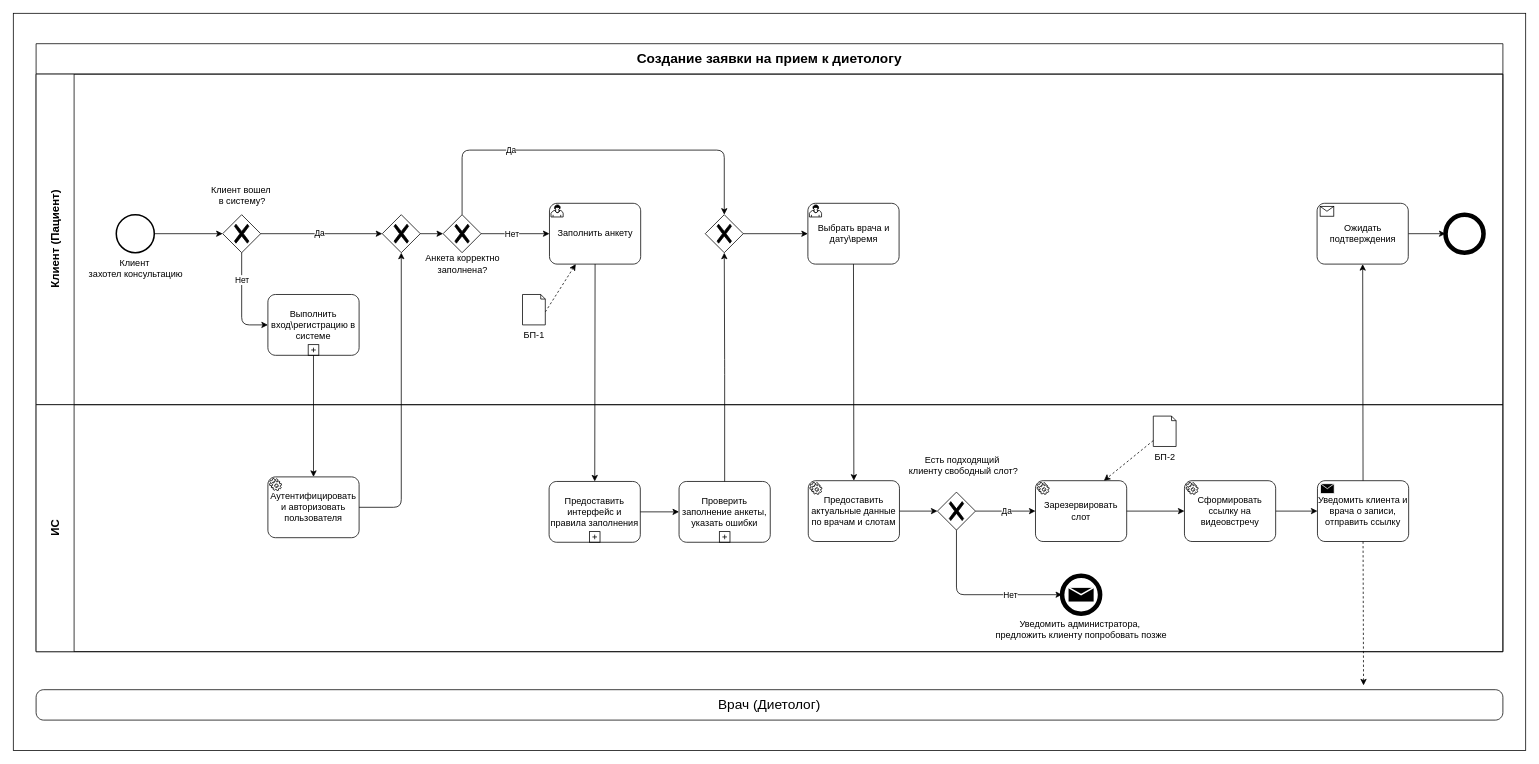
The draw.io diagram page "Процесс 1" (1 of 3) of Рабочие примеры артефактов/Бизнес-процессы BPMN/Создание заявки на прием к диетологу.drawio in Heritager-tech/Public_data, before the edit. Source tidied: cells renumbered, new cells numbered last; positions are measured from the earlier drawing's top-left corner, leaving out a move shared by most shapes. Both pictures are drawn from the tidied source at 76%, with x=0, y=0 at pixel (13, 13).
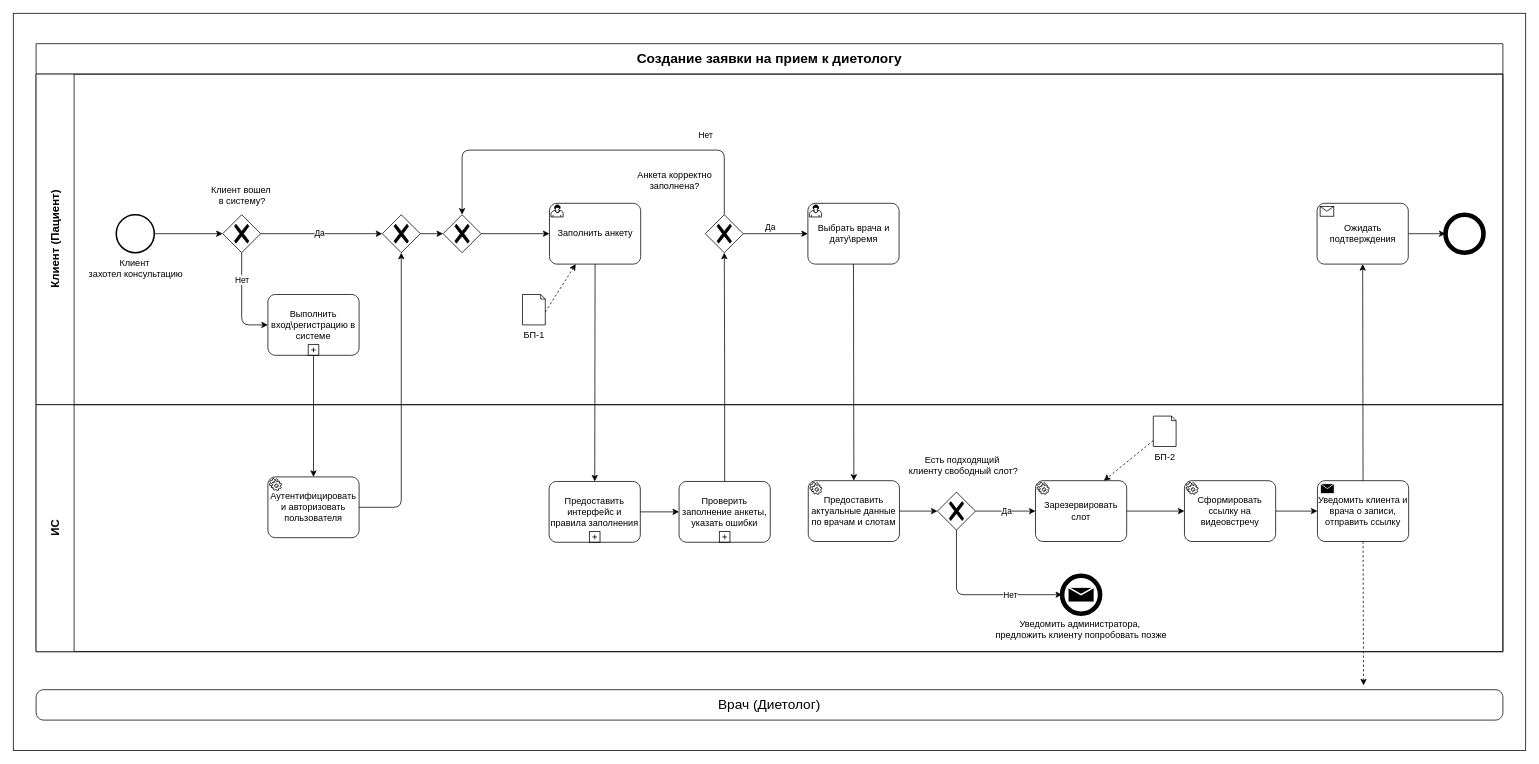
The same diagram, later.

The change refers to these unchanged cells:
```xml
<mxCell id="4" value="&lt;span style=&quot;font-size: 15px;&quot;&gt;Клиент (Пациент)&lt;/span&gt;" style="swimlane;html=1;startSize=50;horizontal=0;" parent="3" vertex="1">
  <mxGeometry y="40" width="1930" height="435" as="geometry" />
</mxCell>
<mxCell id="17" style="points=[[0.25,0.25,0],[0.5,0,0],[0.75,0.25,0],[1,0.5,0],[0.75,0.75,0],[0.5,1,0],[0.25,0.75,0],[0,0.5,0]];shape=mxgraph.bpmn.gateway2;html=1;verticalLabelPosition=bottom;labelBackgroundColor=#ffffff;verticalAlign=top;align=center;perimeter=rhombusPerimeter;outlineConnect=0;outline=none;symbol=none;gwType=exclusive;" parent="4" vertex="1">
  <mxGeometry x="535.5" y="185" width="50" height="50" as="geometry" />
</mxCell>
<mxCell id="24" style="points=[[0.25,0.25,0],[0.5,0,0],[0.75,0.25,0],[1,0.5,0],[0.75,0.75,0],[0.5,1,0],[0.25,0.75,0],[0,0.5,0]];shape=mxgraph.bpmn.gateway2;html=1;verticalLabelPosition=bottom;labelBackgroundColor=#ffffff;verticalAlign=top;align=center;perimeter=rhombusPerimeter;outlineConnect=0;outline=none;symbol=none;gwType=exclusive;" parent="4" vertex="1">
  <mxGeometry x="880.5" y="185" width="50" height="50" as="geometry" />
</mxCell>
```

Diff of the diagram source:
```diff
@@
     <mxCell id="5" value="Анкета корректно&lt;div&gt;заполнена?&lt;/div&gt;" style="text;html=1;align=center;verticalAlign=middle;strokeColor=none;fillColor=none;" parent="4" vertex="1">
-      <mxGeometry x="500.5" y="230" width="120" height="40" as="geometry" />
+      <mxGeometry x="780" y="120" width="120" height="40" as="geometry" />
     </mxCell>
@@
-    <mxCell id="9" style="edgeStyle=orthogonalEdgeStyle;html=1;exitX=0.5;exitY=0;exitDx=0;exitDy=0;exitPerimeter=0;entryX=0.5;entryY=0;entryDx=0;entryDy=0;entryPerimeter=0;" parent="4" edge="1" source="17" target="24">
+    <mxCell id="9" style="edgeStyle=orthogonalEdgeStyle;html=1;exitX=0.5;exitY=0;exitDx=0;exitDy=0;exitPerimeter=0;entryX=0.5;entryY=0;entryDx=0;entryDy=0;entryPerimeter=0;startArrow=classic;startFill=1;endArrow=none;endFill=0;" parent="4" edge="1" source="17" target="24">
       <mxGeometry relative="1" as="geometry">
         <Array as="points">
           <mxPoint x="560.5" y="100" />
           <mxPoint x="905.5" y="100" />
         </Array>
       </mxGeometry>
     </mxCell>
     <mxCell id="10" value="Да" style="edgeLabel;html=1;align=center;verticalAlign=middle;" parent="9" vertex="1">
       <mxGeometry x="-0.16" y="1" relative="1" as="geometry">
-        <mxPoint x="-67" as="offset" />
+        <mxPoint x="274" y="101" as="offset" />
       </mxGeometry>
     </mxCell>
@@
     <mxCell id="23" value="Нет" style="edgeLabel;html=1;align=center;verticalAlign=middle;" parent="4" vertex="1">
-      <mxGeometry x="625.5" y="210" as="geometry" />
+      <mxGeometry x="880" y="80" as="geometry" />
     </mxCell>
```
